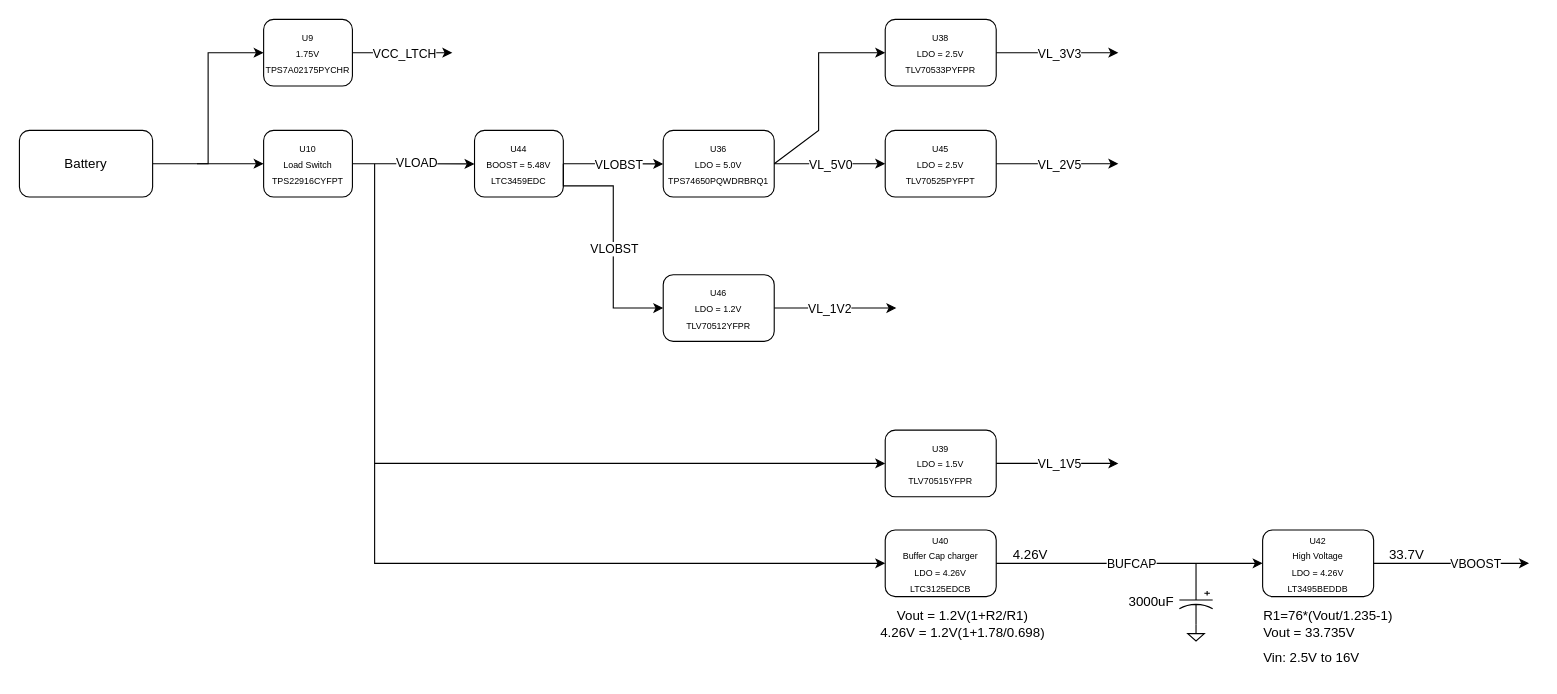
Earlier version of the draw.io diagram page "Akyva IPG" (1 of 2) of Untitled Diagram.drawio (WillGitty/Drawio-Akyva-Power). Source tidied: cells renumbered, new cells numbered last; positions are measured from the earlier drawing's top-left corner, leaving out a move shared by most shapes. Both pictures are drawn from the tidied source at 111%, with x=0, y=0 at pixel (19, 19).
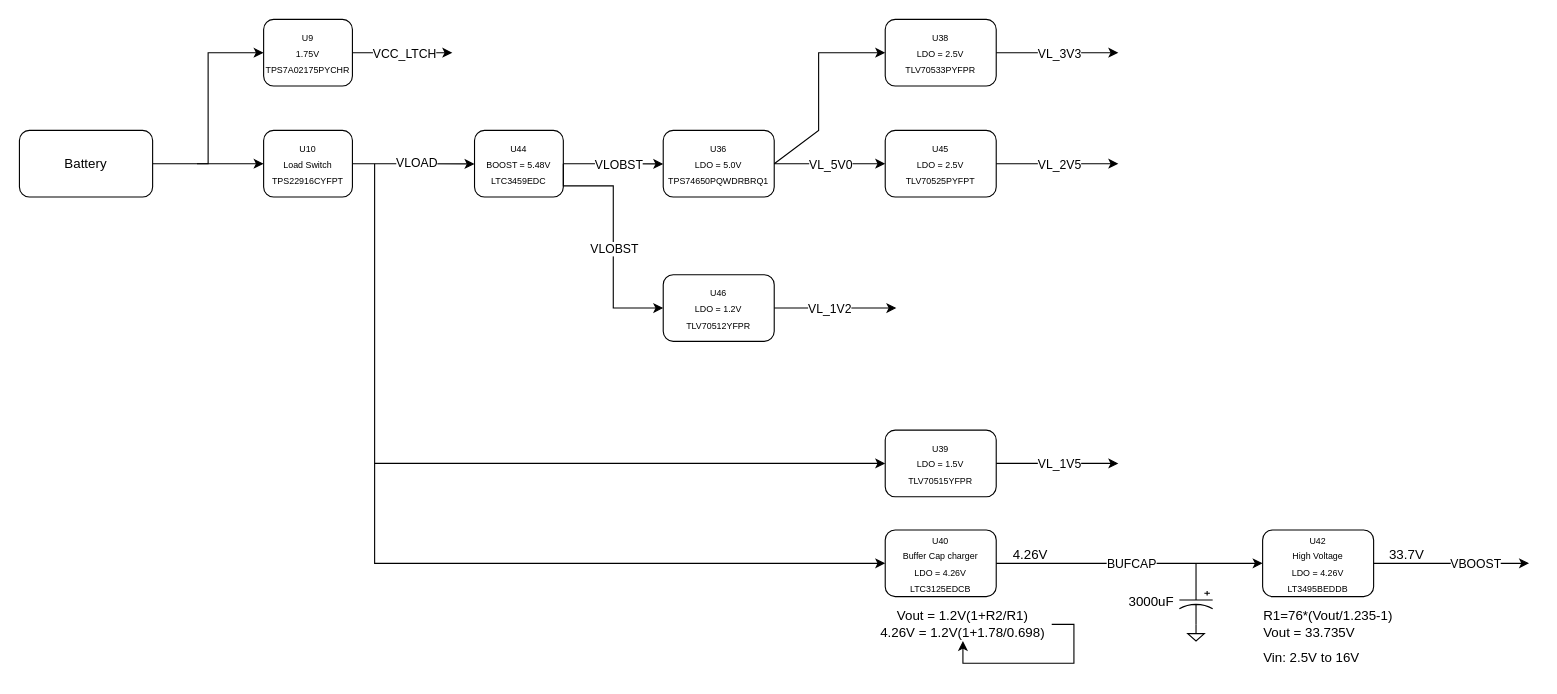
After the change.

Unchanged cells that the change refers to:
```xml
<mxCell id="37" value="Vout = 1.2V(1+R2/R1)&lt;div&gt;4.26V = 1.2V(1+1.78/0.698)&lt;/div&gt;" style="text;html=1;align=center;verticalAlign=middle;whiteSpace=wrap;rounded=0;" parent="1" vertex="1">
  <mxGeometry x="770" y="530" width="160" height="30" as="geometry" />
</mxCell>
```

The edit, as a diff of the source:
```diff
@@
+    <mxCell id="50" style="edgeStyle=orthogonalEdgeStyle;rounded=0;orthogonalLoop=1;jettySize=auto;html=1;exitX=1;exitY=0.5;exitDx=0;exitDy=0;" parent="1" edge="1" source="37" target="37">
+      <mxGeometry relative="1" as="geometry" />
+    </mxCell>
```
